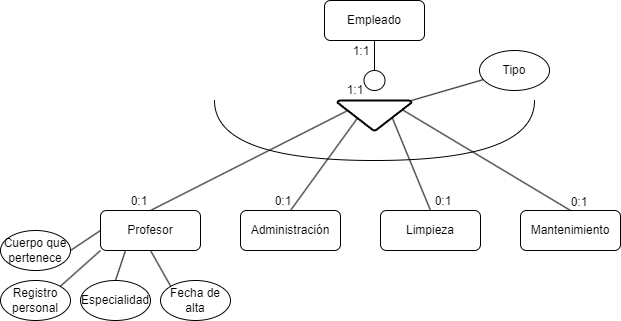
LuisMGlez/base-datos keeps this draw.io diagram as Unidad-1/Tareas/Tarea-8/Tarea8.drawio.png. Above is the earlier version. Source tidied: cells renumbered, new cells last; positions are measured from the earlier drawing's top-left corner, leaving out a move shared by most shapes.
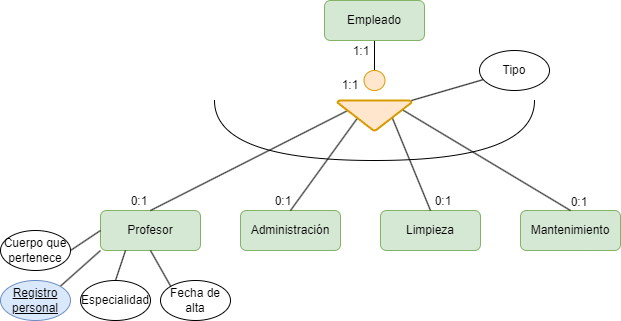
After the commit.

What changed in the source:
```diff
@@ -5,25 +5,25 @@
     <mxCell id="2" style="rounded=0;jettySize=auto;html=1;exitX=0.5;exitY=1;exitDx=0;exitDy=0;entryX=0.5;entryY=0;entryDx=0;entryDy=0;endArrow=none;endFill=0;" parent="1" edge="1" source="3" target="21">
       <mxGeometry relative="1" as="geometry" />
     </mxCell>
-    <mxCell id="3" value="Empleado" style="rounded=1;whiteSpace=wrap;html=1;" parent="1" vertex="1">
+    <mxCell id="3" value="Empleado" style="rounded=1;whiteSpace=wrap;html=1;fillColor=#d5e8d4;strokeColor=#82b366;" parent="1" vertex="1">
       <mxGeometry x="324" width="100" height="40" as="geometry" />
     </mxCell>
-    <mxCell id="4" value="Mantenimiento" style="rounded=1;whiteSpace=wrap;html=1;" parent="1" vertex="1">
+    <mxCell id="4" value="Mantenimiento" style="rounded=1;whiteSpace=wrap;html=1;fillColor=#d5e8d4;strokeColor=#82b366;" parent="1" vertex="1">
       <mxGeometry x="520" y="210" width="100" height="40" as="geometry" />
     </mxCell>
-    <mxCell id="5" value="Limpieza" style="rounded=1;whiteSpace=wrap;html=1;" parent="1" vertex="1">
+    <mxCell id="5" value="Limpieza" style="rounded=1;whiteSpace=wrap;html=1;fillColor=#d5e8d4;strokeColor=#82b366;" parent="1" vertex="1">
       <mxGeometry x="380" y="210" width="100" height="40" as="geometry" />
     </mxCell>
-    <mxCell id="6" value="Administración" style="rounded=1;whiteSpace=wrap;html=1;" parent="1" vertex="1">
+    <mxCell id="6" value="Administración" style="rounded=1;whiteSpace=wrap;html=1;fillColor=#d5e8d4;strokeColor=#82b366;" parent="1" vertex="1">
       <mxGeometry x="240" y="210" width="100" height="40" as="geometry" />
     </mxCell>
-    <mxCell id="7" value="Profesor" style="rounded=1;whiteSpace=wrap;html=1;" parent="1" vertex="1">
+    <mxCell id="7" value="Profesor" style="rounded=1;whiteSpace=wrap;html=1;fillColor=#d5e8d4;strokeColor=#82b366;" parent="1" vertex="1">
       <mxGeometry x="100" y="210" width="100" height="40" as="geometry" />
     </mxCell>
     <mxCell id="8" style="rounded=0;jettySize=auto;html=1;exitX=1;exitY=0;exitDx=0;exitDy=0;entryX=0;entryY=1;entryDx=0;entryDy=0;endArrow=none;endFill=0;" parent="1" edge="1" source="9" target="7">
       <mxGeometry relative="1" as="geometry" />
     </mxCell>
-    <mxCell id="9" value="Registro personal" style="ellipse;whiteSpace=wrap;html=1;" parent="1" vertex="1">
+    <mxCell id="9" value="&lt;u&gt;Registro personal&lt;/u&gt;" style="ellipse;whiteSpace=wrap;html=1;fillColor=#dae8fc;strokeColor=#6c8ebf;" parent="1" vertex="1">
       <mxGeometry y="280" width="70" height="40" as="geometry" />
     </mxCell>
     <mxCell id="10" style="rounded=0;jettySize=auto;html=1;exitX=0;exitY=0;exitDx=0;exitDy=0;entryX=0.5;entryY=1;entryDx=0;entryDy=0;endArrow=none;endFill=0;" parent="1" edge="1" source="11" target="7">
@@ -56,10 +56,10 @@
     <mxCell id="19" style="rounded=0;jettySize=auto;html=1;exitX=0.871;exitY=0.3;exitDx=0;exitDy=0;exitPerimeter=0;entryX=0.5;entryY=0;entryDx=0;entryDy=0;endArrow=none;endFill=0;" parent="1" edge="1" source="20" target="4">
       <mxGeometry relative="1" as="geometry" />
     </mxCell>
-    <mxCell id="20" style="strokeWidth=2;html=1;shape=mxgraph.flowchart.merge_or_storage;whiteSpace=wrap;" parent="1" vertex="1">
+    <mxCell id="20" style="strokeWidth=2;html=1;shape=mxgraph.flowchart.merge_or_storage;whiteSpace=wrap;fillColor=#ffe6cc;strokeColor=#d79b00;" parent="1" vertex="1">
       <mxGeometry x="337" y="100" width="74" height="30" as="geometry" />
     </mxCell>
-    <mxCell id="21" style="ellipse;whiteSpace=wrap;html=1;" parent="1" vertex="1">
+    <mxCell id="21" style="ellipse;whiteSpace=wrap;html=1;fillColor=#ffe6cc;strokeColor=#d79b00;" parent="1" vertex="1">
       <mxGeometry x="363.5" y="70" width="21" height="20" as="geometry" />
     </mxCell>
     <mxCell id="22" style="edgeStyle=orthogonalEdgeStyle;endArrow=none;html=1;curved=1;rounded=0;endSize=8;startSize=8;sourcePerimeterSpacing=0;targetPerimeterSpacing=0;endFill=0;" parent="1" edge="1">
@@ -76,7 +76,7 @@
       <mxGeometry x="331" y="36" width="60" height="30" as="geometry" />
     </mxCell>
     <mxCell id="24" value="1:1" style="text;strokeColor=none;align=center;fillColor=none;html=1;verticalAlign=middle;whiteSpace=wrap;rounded=0;" parent="1" vertex="1">
-      <mxGeometry x="325" y="75" width="60" height="30" as="geometry" />
+      <mxGeometry x="320" y="70" width="60" height="30" as="geometry" />
     </mxCell>
     <mxCell id="25" value="0:1" style="text;strokeColor=none;align=center;fillColor=none;html=1;verticalAlign=middle;whiteSpace=wrap;rounded=0;" parent="1" vertex="1">
       <mxGeometry x="109" y="186" width="60" height="30" as="geometry" />
```
